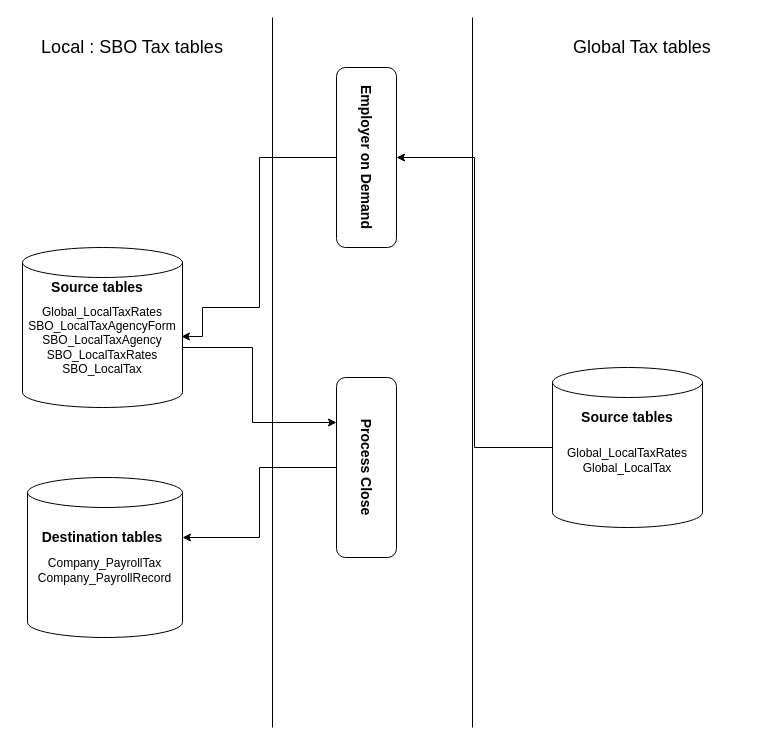
Earlier version of the draw.io diagram Untitled Diagram.drawio (nagayakkati/Architechture-Diagrams). Source tidied: cells renumbered, new cells numbered last; positions are measured from the earlier drawing's top-left corner, leaving out a move shared by most shapes. Both pictures are drawn from the tidied source at 100%, with x=0, y=0 at pixel (17, 17).
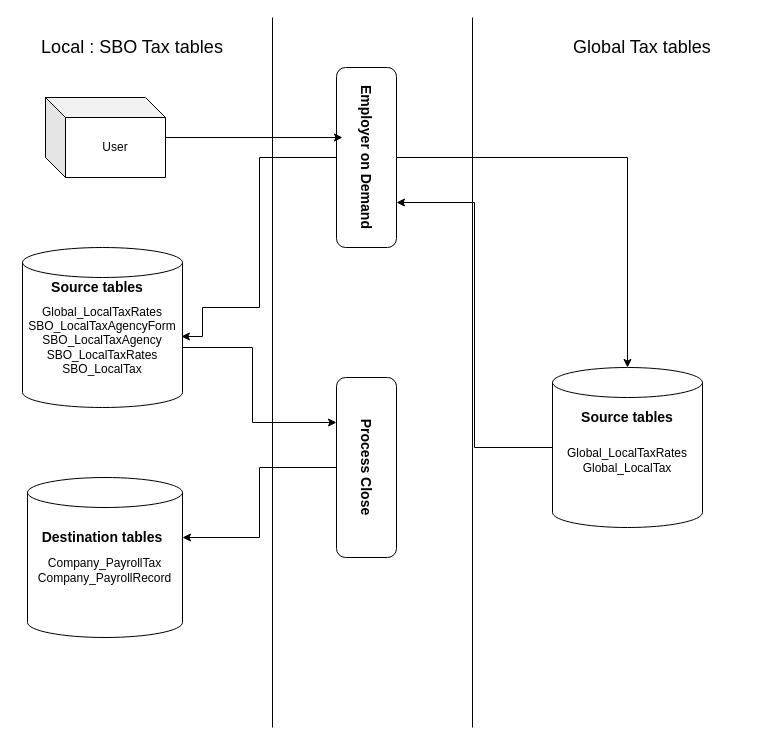
The same diagram, later.

The change refers to these unchanged cells:
```xml
<mxCell id="7" value="&lt;font style=&quot;font-size: 14px&quot;&gt;&lt;b&gt;Employer on Demand&lt;/b&gt;&lt;/font&gt;" style="rounded=1;whiteSpace=wrap;html=1;rotation=90;" parent="1" vertex="1">
  <mxGeometry x="259" y="110" width="180" height="60" as="geometry" />
</mxCell>
<mxCell id="13" value="Global_LocalTaxRates&lt;br&gt;Global_LocalTax" style="shape=cylinder3;whiteSpace=wrap;html=1;boundedLbl=1;backgroundOutline=1;size=15;" parent="1" vertex="1">
  <mxGeometry x="535" y="350" width="150" height="160" as="geometry" />
</mxCell>
```

Change to the diagram source:
```diff
@@
+    <mxCell id="18" style="edgeStyle=orthogonalEdgeStyle;rounded=0;jettySize=auto;html=1;" parent="1" edge="1" source="7" target="13">
+      <mxGeometry relative="1" as="geometry" />
+    </mxCell>
@@
-    <mxCell id="12" style="edgeStyle=orthogonalEdgeStyle;rounded=0;jettySize=auto;html=1;entryX=0.5;entryY=0;entryDx=0;entryDy=0;" parent="1" edge="1" source="13" target="7">
+    <mxCell id="12" style="edgeStyle=orthogonalEdgeStyle;rounded=0;jettySize=auto;html=1;entryX=0.75;entryY=0;entryDx=0;entryDy=0;" parent="1" edge="1" source="13" target="7">
       <mxGeometry relative="1" as="geometry" />
     </mxCell>
@@
+    <mxCell id="19" style="edgeStyle=orthogonalEdgeStyle;rounded=0;jettySize=auto;html=1;entryX=0.389;entryY=0.9;entryDx=0;entryDy=0;entryPerimeter=0;" parent="1" edge="1" source="20" target="7">
+      <mxGeometry relative="1" as="geometry" />
+    </mxCell>
+    <mxCell id="20" value="User" style="shape=cube;whiteSpace=wrap;html=1;boundedLbl=1;backgroundOutline=1;darkOpacity=0.05;darkOpacity2=0.1;" parent="1" vertex="1">
+      <mxGeometry x="28" y="80" width="120" height="80" as="geometry" />
+    </mxCell>
```
